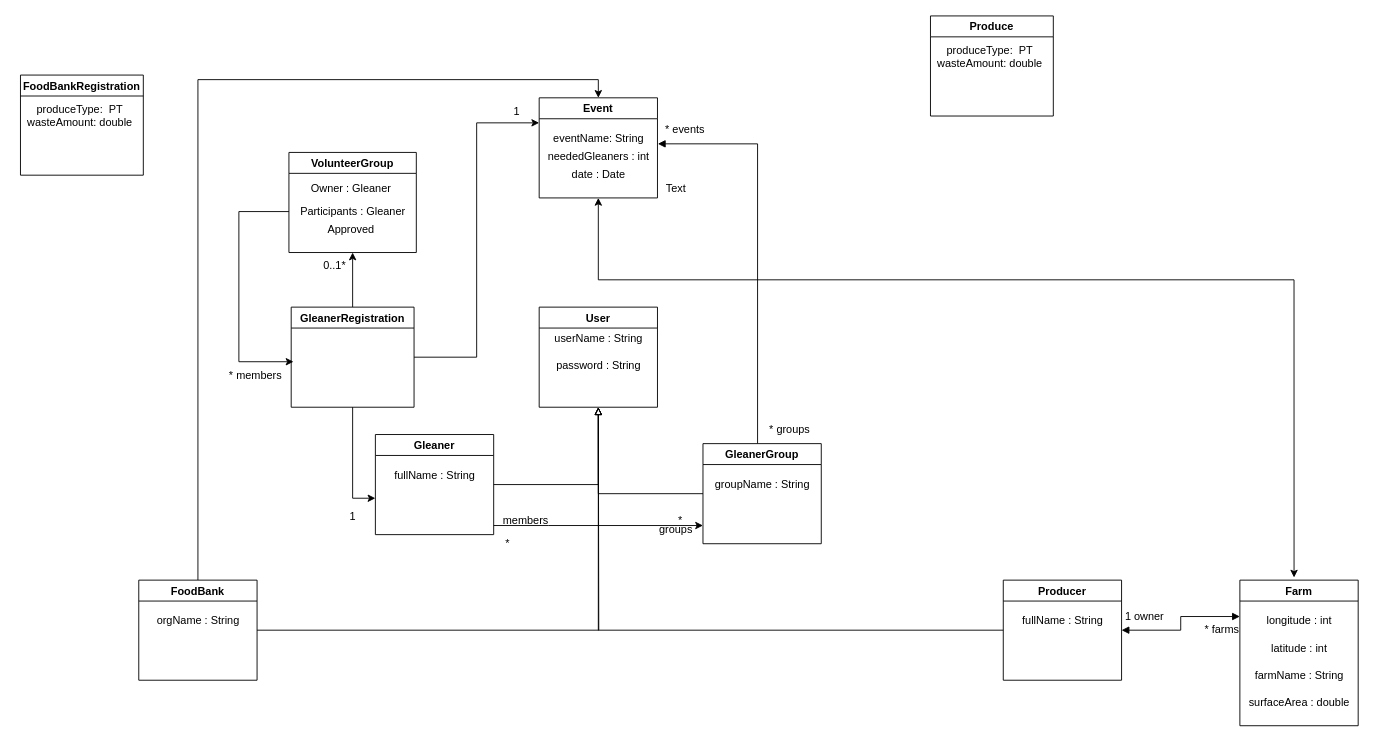
The draw.io diagram docs/MS.drawio in GianlucaP106/MS-CODE-TO-GIVE-APP, before the edit. Source tidied: cells renumbered, new cells numbered last; positions are measured from the earlier drawing's top-left corner, leaving out a move shared by most shapes. Both pictures are drawn from the tidied source at 91%, with x=0, y=0 at pixel (15, 15).
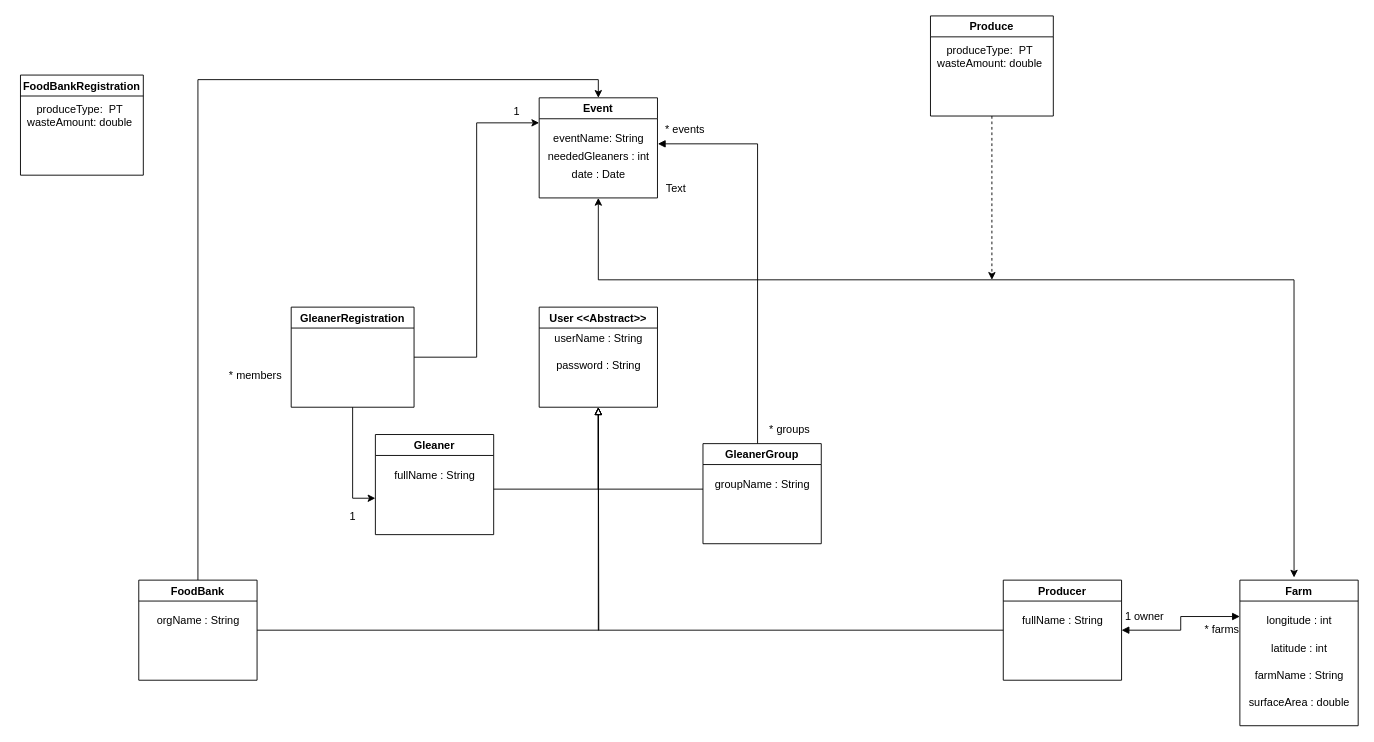
The same page after the edit.

Unchanged cells that the change refers to:
```xml
<mxCell id="7" value="Gleaner" style="swimlane;" parent="1" vertex="1">
  <mxGeometry x="395" y="460" width="130" height="110" as="geometry" />
</mxCell>
<mxCell id="15" value="GleanerGroup" style="swimlane;" parent="1" vertex="1">
  <mxGeometry x="755" y="470" width="130" height="110" as="geometry" />
</mxCell>
<mxCell id="40" value="Produce" style="swimlane;" parent="1" vertex="1">
  <mxGeometry x="1005" width="135" height="110" as="geometry" />
</mxCell>
<mxCell id="48" value="GleanerRegistration" style="swimlane;" parent="1" vertex="1">
  <mxGeometry x="302.5" y="320" width="135" height="110" as="geometry" />
</mxCell>
```

What changed in the source:
```diff
@@
-    <mxCell id="2" value="User" style="swimlane;" parent="1" vertex="1">
+    <mxCell id="2" value="User &lt;&lt;Abstract&gt;&gt;" style="swimlane;" parent="1" vertex="1">
       <mxGeometry x="575" y="320" width="130" height="110" as="geometry" />
     </mxCell>
@@
     <mxCell id="5" style="edgeStyle=orthogonalEdgeStyle;rounded=0;jettySize=auto;html=1;entryX=0.5;entryY=1;entryDx=0;entryDy=0;endArrow=block;endFill=0;" parent="1" edge="1" source="7" target="2">
-      <mxGeometry relative="1" as="geometry" />
+      <mxGeometry relative="1" as="geometry">
+        <Array as="points">
+          <mxPoint x="640" y="520" />
+        </Array>
+      </mxGeometry>
     </mxCell>
-    <mxCell id="6" style="edgeStyle=orthogonalEdgeStyle;rounded=0;jettySize=auto;html=1;endArrow=classic;endFill=1;" parent="1" edge="1" source="7">
-      <mxGeometry relative="1" as="geometry">
-        <mxPoint x="755" y="560" as="targetPoint" />
-        <Array as="points">
-          <mxPoint x="585" y="560" />
-          <mxPoint x="585" y="560" />
-        </Array>
-      </mxGeometry>
-    </mxCell>
@@
     <mxCell id="13" style="edgeStyle=orthogonalEdgeStyle;rounded=0;jettySize=auto;html=1;endArrow=block;endFill=0;entryX=0.5;entryY=1;entryDx=0;entryDy=0;" parent="1" edge="1" source="15" target="2">
-      <mxGeometry relative="1" as="geometry" />
+      <mxGeometry relative="1" as="geometry">
+        <Array as="points">
+          <mxPoint x="640" y="520" />
+        </Array>
+      </mxGeometry>
     </mxCell>
@@
-    <mxCell id="17" value="groups" style="text;html=1;align=center;verticalAlign=middle;strokeColor=none;fillColor=none;" parent="1" vertex="1">
-      <mxGeometry x="695" y="550" width="60" height="30" as="geometry" />
-    </mxCell>
-    <mxCell id="18" value="members" style="text;html=1;align=center;verticalAlign=middle;strokeColor=none;fillColor=none;" parent="1" vertex="1">
-      <mxGeometry x="525" y="540" width="70" height="30" as="geometry" />
-    </mxCell>
-    <mxCell id="19" value="*" style="text;html=1;align=center;verticalAlign=middle;strokeColor=none;fillColor=none;" parent="1" vertex="1">
-      <mxGeometry x="525" y="565" width="30" height="30" as="geometry" />
-    </mxCell>
-    <mxCell id="20" value="*" style="text;html=1;align=center;verticalAlign=middle;strokeColor=none;fillColor=none;" parent="1" vertex="1">
-      <mxGeometry x="715" y="540" width="30" height="30" as="geometry" />
-    </mxCell>
@@
+    <mxCell id="57" style="edgeStyle=orthogonalEdgeStyle;rounded=0;jettySize=auto;html=1;dashed=1;" parent="1" edge="1" source="40">
+      <mxGeometry relative="1" as="geometry">
+        <mxPoint x="1072.5" y="290" as="targetPoint" />
+      </mxGeometry>
+    </mxCell>
@@
-    <mxCell id="45" style="edgeStyle=orthogonalEdgeStyle;rounded=0;jettySize=auto;html=1;entryX=0.5;entryY=1;entryDx=0;entryDy=0;" parent="1" edge="1" source="48" target="49">
-      <mxGeometry relative="1" as="geometry" />
-    </mxCell>
@@
-    <mxCell id="49" value="VolunteerGroup" style="swimlane;" parent="1" vertex="1">
-      <mxGeometry x="300" y="150" width="140" height="110" as="geometry" />
-    </mxCell>
-    <mxCell id="50" value="Owner : Gleaner" style="text;html=1;align=center;verticalAlign=middle;strokeColor=none;fillColor=none;" parent="49" vertex="1">
-      <mxGeometry x="12.5" y="25" width="110" height="30" as="geometry" />
-    </mxCell>
-    <mxCell id="51" value="Participants : Gleaner" style="text;html=1;align=center;verticalAlign=middle;points=[];strokeColor=none;fillColor=none;" parent="49" vertex="1">
-      <mxGeometry y="50" width="140" height="30" as="geometry" />
-    </mxCell>
-    <mxCell id="52" value="Approved" style="text;html=1;align=center;verticalAlign=middle;strokeColor=none;fillColor=none;" parent="49" vertex="1">
-      <mxGeometry x="32.5" y="70" width="70" height="30" as="geometry" />
-    </mxCell>
-    <mxCell id="53" value="0..1*" style="text;html=1;align=center;verticalAlign=middle;strokeColor=none;fillColor=none;" parent="1" vertex="1">
-      <mxGeometry x="325" y="260" width="50" height="30" as="geometry" />
-    </mxCell>
-    <mxCell id="54" style="edgeStyle=orthogonalEdgeStyle;rounded=0;jettySize=auto;html=1;" parent="1" edge="1" source="51">
-      <mxGeometry relative="1" as="geometry">
-        <mxPoint x="305" y="380" as="targetPoint" />
-        <Array as="points">
-          <mxPoint x="245" y="215" />
-          <mxPoint x="245" y="380" />
-        </Array>
-      </mxGeometry>
-    </mxCell>
```
